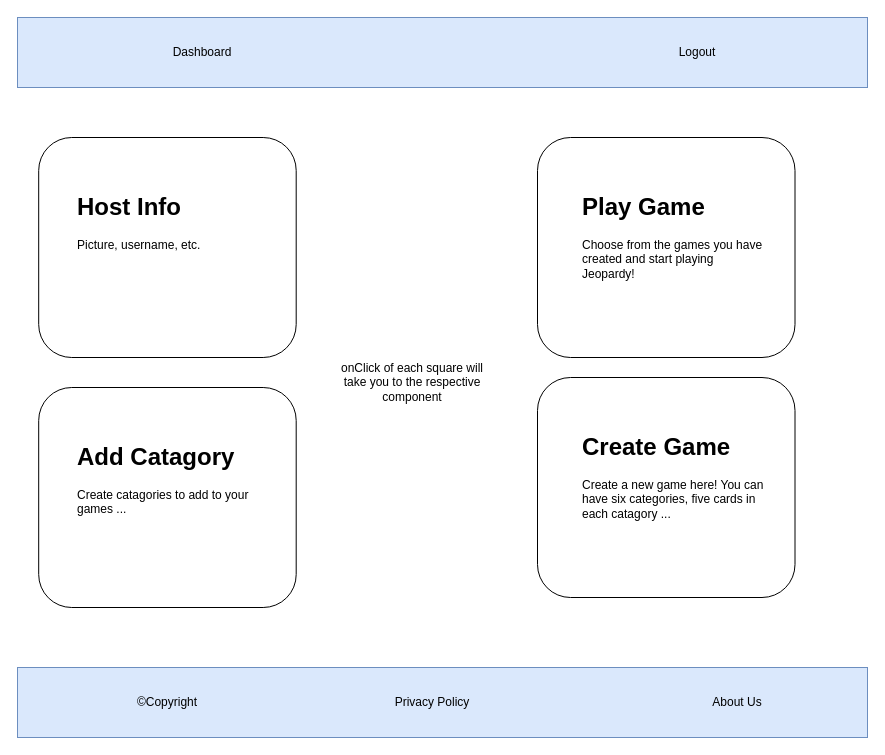
Earlier version of the draw.io diagram jeopardy/public/mockups/HostDashboard.drawio (DezSays/Jeopardy). Source tidied: cells renumbered, new cells numbered last; positions are measured from the earlier drawing's top-left corner, leaving out a move shared by most shapes. Both pictures are drawn from the tidied source at 100%, with x=0, y=0 at pixel (17, 17).
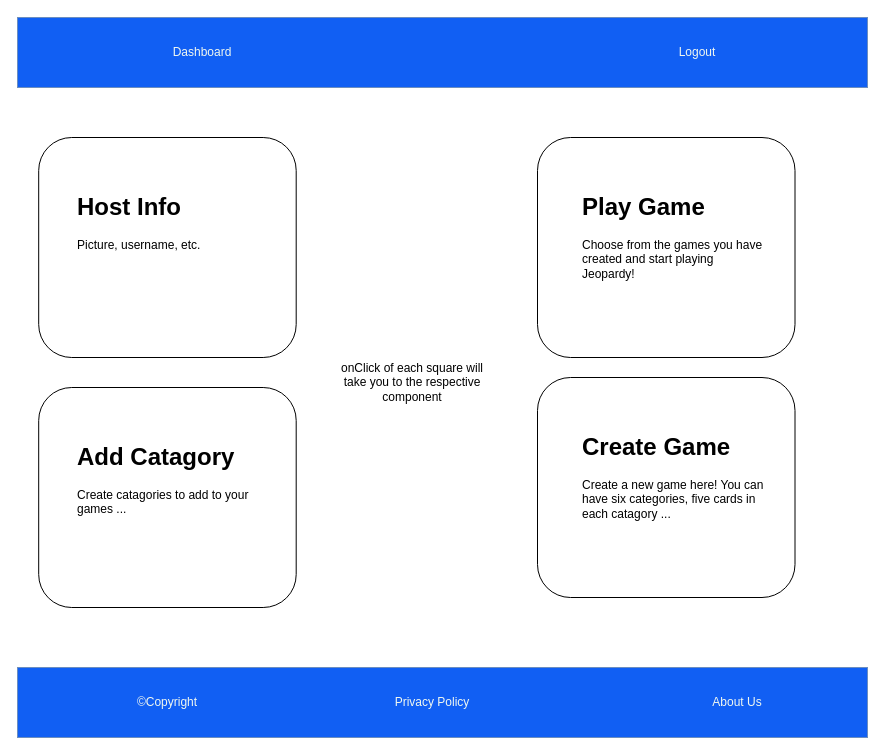
The same diagram, later.

What changed in the source:
```diff
@@
 <mxGraphModel>
   <root>
     <mxCell id="0" />
     <mxCell id="1" parent="0" />
-    <mxCell id="2" style="rounded=0;whiteSpace=wrap;html=1;fillColor=#dae8fc;strokeColor=#6c8ebf;" parent="1" vertex="1">
+    <mxCell id="2" style="rounded=0;whiteSpace=wrap;html=1;fillColor=#115FF3;strokeColor=#6c8ebf;" parent="1" vertex="1">
       <mxGeometry width="850" height="70" as="geometry" />
     </mxCell>
-    <mxCell id="3" value="Dashboard" style="text;html=1;strokeColor=none;fillColor=none;align=center;verticalAlign=middle;whiteSpace=wrap;rounded=0;" parent="1" vertex="1">
+    <mxCell id="3" value="Dashboard" style="text;html=1;strokeColor=none;fillColor=none;align=center;verticalAlign=middle;whiteSpace=wrap;rounded=0;fontColor=#F1F8F0;" parent="1" vertex="1">
       <mxGeometry x="140" y="20" width="90" height="30" as="geometry" />
     </mxCell>
-    <mxCell id="4" value="Logout" style="text;html=1;strokeColor=none;fillColor=none;align=center;verticalAlign=middle;whiteSpace=wrap;rounded=0;" parent="1" vertex="1">
+    <mxCell id="4" value="Logout" style="text;html=1;strokeColor=none;fillColor=none;align=center;verticalAlign=middle;whiteSpace=wrap;rounded=0;fontColor=#F1F8F0;" parent="1" vertex="1">
       <mxGeometry x="650" y="20" width="60" height="30" as="geometry" />
     </mxCell>
     <mxCell id="5" style="rounded=1;whiteSpace=wrap;html=1;" parent="1" vertex="1">
       <mxGeometry x="520" y="360" width="257.5" height="220" as="geometry" />
     </mxCell>
     <mxCell id="6" style="rounded=1;whiteSpace=wrap;html=1;" parent="1" vertex="1">
       <mxGeometry x="520" y="120" width="257.5" height="220" as="geometry" />
     </mxCell>
     <mxCell id="7" value="&lt;h1&gt;Create Game&lt;/h1&gt;&lt;p&gt;Create a new game here! You can have six categories, five cards in each catagory ...&lt;/p&gt;" style="text;html=1;strokeColor=none;fillColor=none;spacing=5;spacingTop=-20;whiteSpace=wrap;overflow=hidden;rounded=0;" parent="1" vertex="1">
       <mxGeometry x="560" y="410" width="190" height="120" as="geometry" />
     </mxCell>
     <mxCell id="8" value="&lt;h1&gt;Play Game&lt;/h1&gt;&lt;p&gt;Choose from the games you have created and start playing Jeopardy!&lt;/p&gt;" style="text;html=1;strokeColor=none;fillColor=none;spacing=5;spacingTop=-20;whiteSpace=wrap;overflow=hidden;rounded=0;" parent="1" vertex="1">
       <mxGeometry x="560" y="170" width="190" height="120" as="geometry" />
     </mxCell>
     <mxCell id="9" value="onClick of each square will take you to the respective component" style="text;html=1;strokeColor=none;fillColor=none;align=center;verticalAlign=middle;whiteSpace=wrap;rounded=0;" parent="1" vertex="1">
       <mxGeometry x="310" y="350" width="170" height="30" as="geometry" />
     </mxCell>
-    <mxCell id="10" style="rounded=0;whiteSpace=wrap;html=1;fillColor=#dae8fc;strokeColor=#6c8ebf;" parent="1" vertex="1">
+    <mxCell id="10" style="rounded=0;whiteSpace=wrap;html=1;fillColor=#115FF3;strokeColor=#6c8ebf;fontColor=#F1F8F0;" parent="1" vertex="1">
       <mxGeometry y="650" width="850" height="70" as="geometry" />
     </mxCell>
-    <mxCell id="11" value="About Us" style="text;html=1;strokeColor=none;fillColor=none;align=center;verticalAlign=middle;whiteSpace=wrap;rounded=0;" parent="1" vertex="1">
+    <mxCell id="11" value="About Us" style="text;html=1;strokeColor=none;fillColor=none;align=center;verticalAlign=middle;whiteSpace=wrap;rounded=0;fontColor=#F1F8F0;" parent="1" vertex="1">
       <mxGeometry x="690" y="670" width="60" height="30" as="geometry" />
     </mxCell>
-    <mxCell id="12" value="Privacy Policy" style="text;html=1;strokeColor=none;fillColor=none;align=center;verticalAlign=middle;whiteSpace=wrap;rounded=0;" parent="1" vertex="1">
+    <mxCell id="12" value="Privacy Policy" style="text;html=1;strokeColor=none;fillColor=none;align=center;verticalAlign=middle;whiteSpace=wrap;rounded=0;fontColor=#F1F8F0;" parent="1" vertex="1">
       <mxGeometry x="375" y="670" width="80" height="30" as="geometry" />
     </mxCell>
-    <mxCell id="13" value="©Copyright" style="text;html=1;strokeColor=none;fillColor=none;align=center;verticalAlign=middle;whiteSpace=wrap;rounded=0;" parent="1" vertex="1">
+    <mxCell id="13" value="©Copyright" style="text;html=1;strokeColor=none;fillColor=none;align=center;verticalAlign=middle;whiteSpace=wrap;rounded=0;fontColor=#F1F8F0;" parent="1" vertex="1">
       <mxGeometry x="110" y="670" width="80" height="30" as="geometry" />
     </mxCell>
     <mxCell id="14" style="rounded=1;whiteSpace=wrap;html=1;" parent="1" vertex="1">
       <mxGeometry x="21.2" y="370" width="257.5" height="220" as="geometry" />
     </mxCell>
     <mxCell id="15" value="&lt;h1&gt;Add Catagory&lt;/h1&gt;&lt;p&gt;Create catagories to add to your games ...&lt;/p&gt;" style="text;html=1;strokeColor=none;fillColor=none;spacing=5;spacingTop=-20;whiteSpace=wrap;overflow=hidden;rounded=0;" parent="1" vertex="1">
       <mxGeometry x="55" y="420" width="190" height="120" as="geometry" />
     </mxCell>
     <mxCell id="16" style="rounded=1;whiteSpace=wrap;html=1;" parent="1" vertex="1">
       <mxGeometry x="21.2" y="120" width="257.5" height="220" as="geometry" />
     </mxCell>
     <mxCell id="17" value="&lt;h1&gt;Host Info&lt;/h1&gt;&lt;p&gt;Picture, username, etc.&lt;/p&gt;" style="text;html=1;strokeColor=none;fillColor=none;spacing=5;spacingTop=-20;whiteSpace=wrap;overflow=hidden;rounded=0;" parent="1" vertex="1">
       <mxGeometry x="55" y="170" width="190" height="120" as="geometry" />
     </mxCell>
   </root>
 </mxGraphModel>
```
